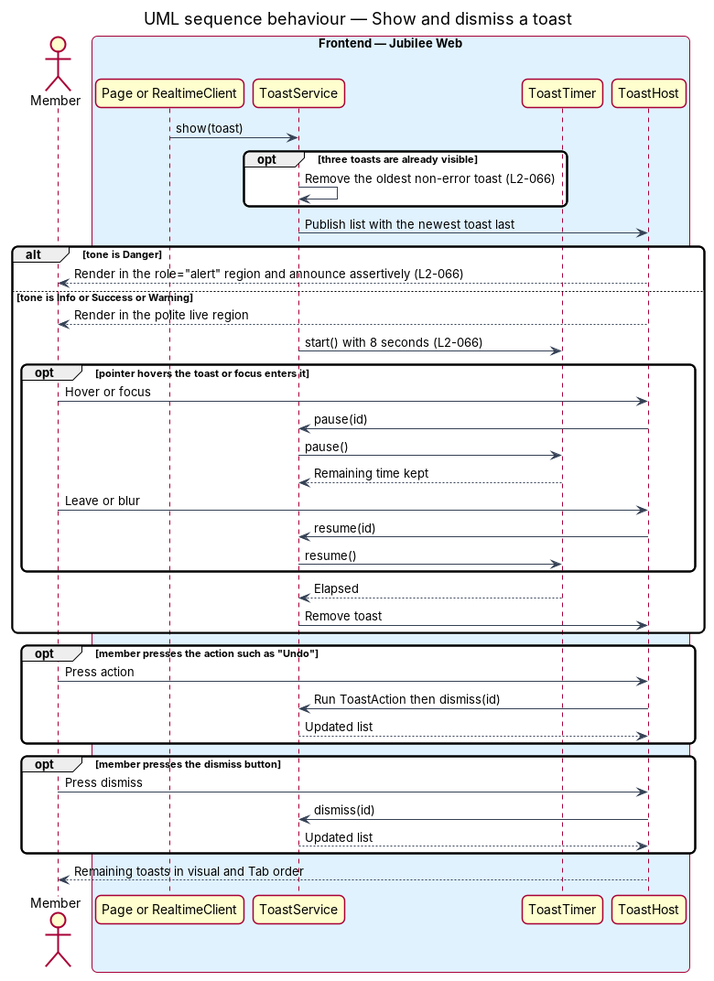
The PlantUML diagram docs/detailed-designs/notifications/show-toasts-and-banners/diagrams/sequence-show-and-dismiss-toast.png in QuinntyneBrown/jubilee, before a commit. Its source is kept beside it as docs/detailed-designs/notifications/show-toasts-and-banners/diagrams/sequence-show-and-dismiss-toast.puml. Its diagram source:
```plantuml
@startuml
title UML sequence behaviour — Show and dismiss a toast
skinparam backgroundColor #FFFFFF
skinparam shadowing false
skinparam roundcorner 12
skinparam defaultFontName Arial
skinparam ArrowColor #344054
skinparam rectangle {
  BorderColor #344054
  FontColor #101828
}
skinparam package {
  BorderColor #667085
  FontColor #101828
  BackgroundColor #F9FAFB
}
actor "Member" as member
box "Frontend — Jubilee Web" #E0F2FE
  participant "Page or RealtimeClient" as caller
  participant "ToastService" as svc
  participant "ToastTimer" as timer
  participant "ToastHost" as host
end box
caller -> svc : show(toast)
opt three toasts are already visible
  svc -> svc : Remove the oldest non-error toast (L2-066)
end
svc -> host : Publish list with the newest toast last
alt tone is Danger
  host --> member : Render in the role="alert" region and announce assertively (L2-066)
else tone is Info or Success or Warning
  host --> member : Render in the polite live region
  svc -> timer : start() with 8 seconds (L2-066)
  opt pointer hovers the toast or focus enters it
    member -> host : Hover or focus
    host -> svc : pause(id)
    svc -> timer : pause()
    timer --> svc : Remaining time kept
    member -> host : Leave or blur
    host -> svc : resume(id)
    svc -> timer : resume()
  end
  timer --> svc : Elapsed
  svc -> host : Remove toast
end
opt member presses the action such as "Undo"
  member -> host : Press action
  host -> svc : Run ToastAction then dismiss(id)
  svc --> host : Updated list
end
opt member presses the dismiss button
  member -> host : Press dismiss
  host -> svc : dismiss(id)
  svc --> host : Updated list
end
host --> member : Remaining toasts in visual and Tab order
@enduml
```
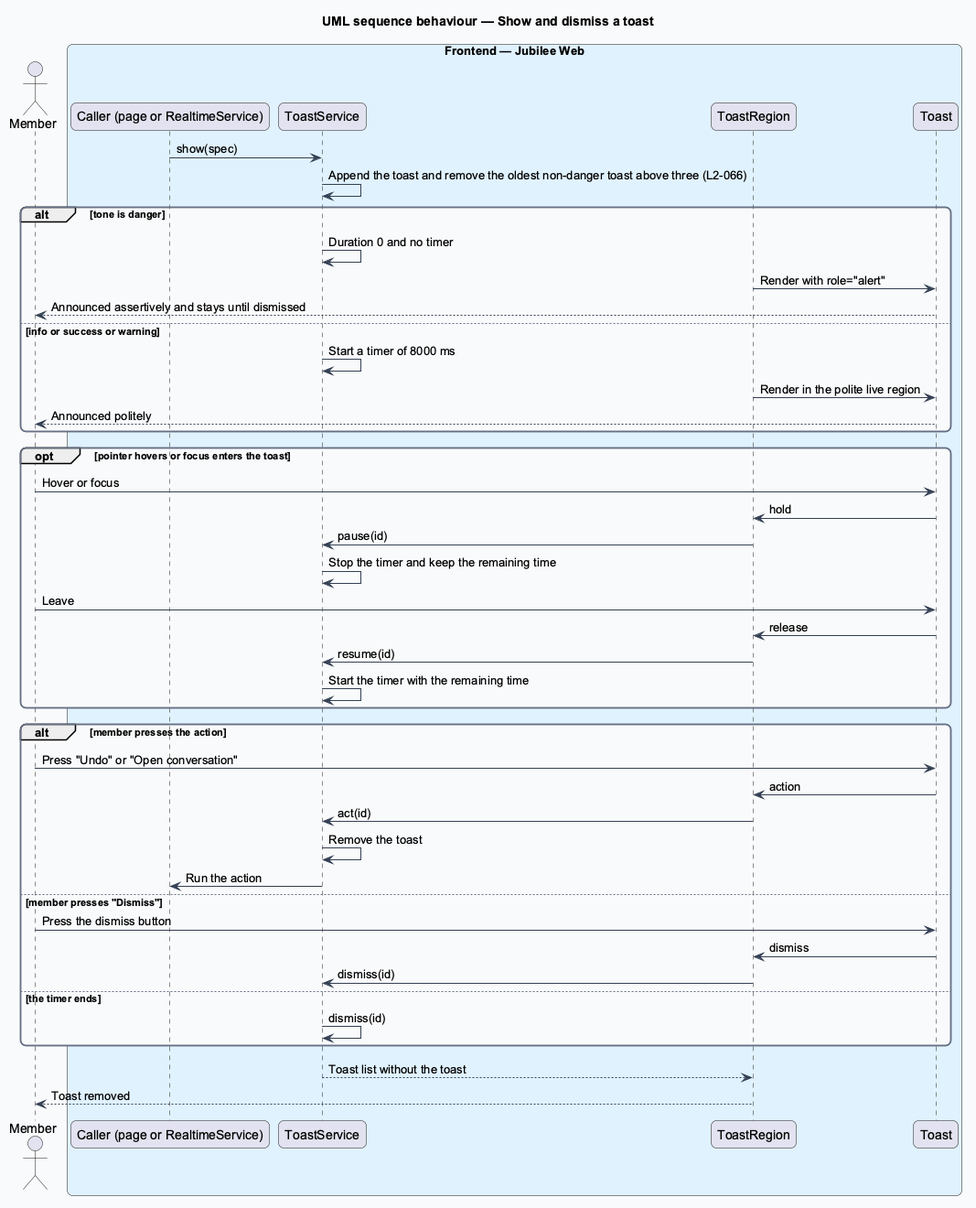
Above is the later version.

The edit, as a diff of the source:
```diff
@@ -16,42 +16,45 @@
 }
 actor "Member" as member
 box "Frontend — Jubilee Web" #E0F2FE
-  participant "Page or RealtimeClient" as caller
-  participant "ToastService" as svc
-  participant "ToastTimer" as timer
-  participant "ToastHost" as host
+  participant "Caller (page or RealtimeService)" as caller
+  participant "ToastService" as service
+  participant "ToastRegion" as region
+  participant "Toast" as toast
 end box
-caller -> svc : show(toast)
-opt three toasts are already visible
-  svc -> svc : Remove the oldest non-error toast (L2-066)
+caller -> service : show(spec)
+service -> service : Append the toast and remove the oldest non-danger toast above three (L2-066)
+alt tone is danger
+  service -> service : Duration 0 and no timer
+  region -> toast : Render with role="alert"
+  toast --> member : Announced assertively and stays until dismissed
+else info or success or warning
+  service -> service : Start a timer of 8000 ms
+  region -> toast : Render in the polite live region
+  toast --> member : Announced politely
 end
-svc -> host : Publish list with the newest toast last
-alt tone is Danger
-  host --> member : Render in the role="alert" region and announce assertively (L2-066)
-else tone is Info or Success or Warning
-  host --> member : Render in the polite live region
-  svc -> timer : start() with 8 seconds (L2-066)
-  opt pointer hovers the toast or focus enters it
-    member -> host : Hover or focus
-    host -> svc : pause(id)
-    svc -> timer : pause()
-    timer --> svc : Remaining time kept
-    member -> host : Leave or blur
-    host -> svc : resume(id)
-    svc -> timer : resume()
-  end
-  timer --> svc : Elapsed
-  svc -> host : Remove toast
+opt pointer hovers or focus enters the toast
+  member -> toast : Hover or focus
+  toast -> region : hold
+  region -> service : pause(id)
+  service -> service : Stop the timer and keep the remaining time
+  member -> toast : Leave
+  toast -> region : release
+  region -> service : resume(id)
+  service -> service : Start the timer with the remaining time
 end
-opt member presses the action such as "Undo"
-  member -> host : Press action
-  host -> svc : Run ToastAction then dismiss(id)
-  svc --> host : Updated list
+alt member presses the action
+  member -> toast : Press "Undo" or "Open conversation"
+  toast -> region : action
+  region -> service : act(id)
+  service -> service : Remove the toast
+  service -> caller : Run the action
+else member presses "Dismiss"
+  member -> toast : Press the dismiss button
+  toast -> region : dismiss
+  region -> service : dismiss(id)
+else the timer ends
+  service -> service : dismiss(id)
 end
-opt member presses the dismiss button
-  member -> host : Press dismiss
-  host -> svc : dismiss(id)
-  svc --> host : Updated list
-end
-host --> member : Remaining toasts in visual and Tab order
+service --> region : Toast list without the toast
+region --> member : Toast removed
 @enduml
```
